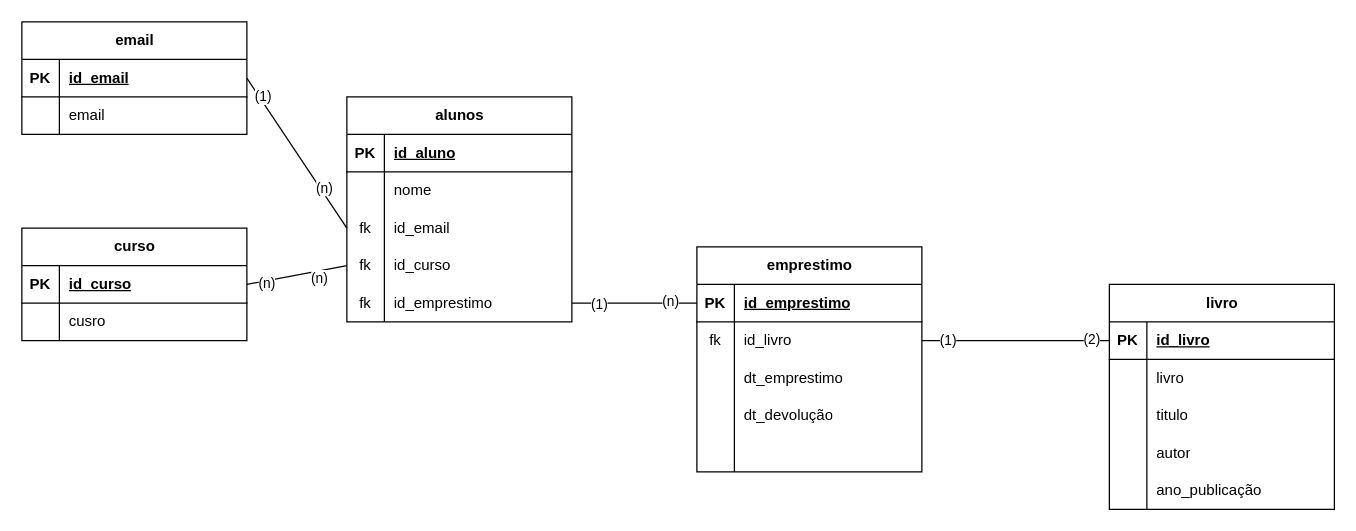
This is atividades/bcd/2-atividade/atividade2_biclioteca/atividade2_biblioteca.drawio from eyckjaardel99-del/repositorioSENAI, a draw.io file, before an edit. Source tidied: cells renumbered, new cells numbered last; positions are measured from the earlier drawing's top-left corner, leaving out a move shared by most shapes. Both pictures are drawn from the tidied source at 125%, with x=0, y=0 at pixel (21, 21).
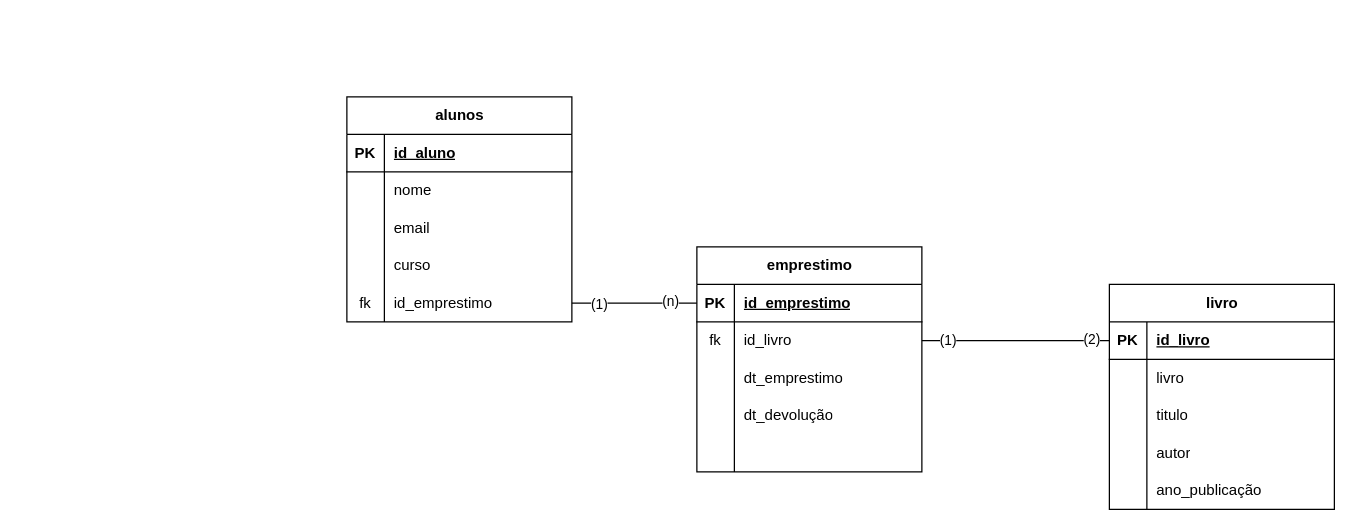
After the change.

Unchanged cells that the change refers to:
```xml
<mxCell id="9" style="shape=tableRow;horizontal=0;startSize=0;swimlaneHead=0;swimlaneBody=0;fillColor=none;points=[[0,0.5],[1,0.5]];portConstraint=eastwest;top=0;left=0;right=0;bottom=0;" parent="2" vertex="1">
  <mxGeometry y="90" width="180" height="30" as="geometry" />
</mxCell>
<mxCell id="12" style="shape=tableRow;horizontal=0;startSize=0;swimlaneHead=0;swimlaneBody=0;fillColor=none;points=[[0,0.5],[1,0.5]];portConstraint=eastwest;top=0;left=0;right=0;bottom=0;" parent="2" vertex="1">
  <mxGeometry y="120" width="180" height="30" as="geometry" />
</mxCell>
```

What changed in the source:
```diff
@@
-    <mxCell id="10" value="fk" style="shape=partialRectangle;fillColor=none;top=0;left=0;bottom=0;right=0;overflow=hidden;whiteSpace=wrap;html=1;" parent="9" vertex="1">
+    <mxCell id="10" style="shape=partialRectangle;fillColor=none;top=0;left=0;bottom=0;right=0;overflow=hidden;whiteSpace=wrap;html=1;" parent="9" vertex="1">
       <mxGeometry width="30" height="30" as="geometry" />
     </mxCell>
-    <mxCell id="11" value="id_email" style="shape=partialRectangle;fillColor=none;top=0;left=0;bottom=0;right=0;align=left;spacingLeft=6;overflow=hidden;whiteSpace=wrap;html=1;" parent="9" vertex="1">
+    <mxCell id="11" value="email" style="shape=partialRectangle;fillColor=none;top=0;left=0;bottom=0;right=0;align=left;spacingLeft=6;overflow=hidden;whiteSpace=wrap;html=1;" parent="9" vertex="1">
       <mxGeometry x="30" width="150" height="30" as="geometry" />
     </mxCell>
@@
-    <mxCell id="13" value="fk" style="shape=partialRectangle;fillColor=none;top=0;left=0;bottom=0;right=0;overflow=hidden;whiteSpace=wrap;html=1;" parent="12" vertex="1">
+    <mxCell id="13" style="shape=partialRectangle;fillColor=none;top=0;left=0;bottom=0;right=0;overflow=hidden;whiteSpace=wrap;html=1;" parent="12" vertex="1">
       <mxGeometry width="30" height="30" as="geometry" />
     </mxCell>
-    <mxCell id="14" value="id_curso" style="shape=partialRectangle;fillColor=none;top=0;left=0;bottom=0;right=0;align=left;spacingLeft=6;overflow=hidden;whiteSpace=wrap;html=1;" parent="12" vertex="1">
+    <mxCell id="14" value="curso" style="shape=partialRectangle;fillColor=none;top=0;left=0;bottom=0;right=0;align=left;spacingLeft=6;overflow=hidden;whiteSpace=wrap;html=1;" parent="12" vertex="1">
       <mxGeometry x="30" width="150" height="30" as="geometry" />
     </mxCell>
@@
-    <mxCell id="50" value="email" style="shape=table;startSize=30;childLayout=tableLayout;rowLines=0;fontStyle=1;align=center;html=1;" parent="1" vertex="1">
-      <mxGeometry width="180" height="90" as="geometry" />
-    </mxCell>
-    <mxCell id="51" style="shape=tableRow;horizontal=0;startSize=0;swimlaneHead=0;swimlaneBody=0;fillColor=none;points=[[0,0.5],[1,0.5]];portConstraint=eastwest;top=0;left=0;right=0;bottom=1;" parent="50" vertex="1">
-      <mxGeometry y="30" width="180" height="30" as="geometry" />
-    </mxCell>
-    <mxCell id="52" value="PK" style="shape=partialRectangle;fillColor=none;top=0;left=0;bottom=0;right=0;fontStyle=1;overflow=hidden;whiteSpace=wrap;html=1;" parent="51" vertex="1">
-      <mxGeometry width="30" height="30" as="geometry" />
-    </mxCell>
-    <mxCell id="53" value="id_email" style="shape=partialRectangle;fillColor=none;top=0;left=0;bottom=0;right=0;align=left;spacingLeft=6;fontStyle=5;overflow=hidden;whiteSpace=wrap;html=1;" parent="51" vertex="1">
-      <mxGeometry x="30" width="150" height="30" as="geometry" />
-    </mxCell>
-    <mxCell id="54" style="shape=tableRow;horizontal=0;startSize=0;swimlaneHead=0;swimlaneBody=0;fillColor=none;top=0;left=0;right=0;bottom=0;" parent="50" vertex="1">
-      <mxGeometry y="60" width="180" height="30" as="geometry" />
-    </mxCell>
-    <mxCell id="55" style="shape=partialRectangle;fillColor=none;top=0;left=0;bottom=0;right=0;overflow=hidden;whiteSpace=wrap;html=1;" parent="54" vertex="1">
-      <mxGeometry width="30" height="30" as="geometry" />
-    </mxCell>
-    <mxCell id="56" value="email" style="shape=partialRectangle;fillColor=none;top=0;left=0;bottom=0;right=0;align=left;spacingLeft=6;overflow=hidden;whiteSpace=wrap;html=1;" parent="54" vertex="1">
-      <mxGeometry x="30" width="150" height="30" as="geometry" />
-    </mxCell>
-    <mxCell id="57" value="curso" style="shape=table;startSize=30;childLayout=tableLayout;rowLines=0;fontStyle=1;align=center;html=1;" parent="1" vertex="1">
-      <mxGeometry y="165" width="180" height="90" as="geometry" />
-    </mxCell>
-    <mxCell id="58" style="shape=tableRow;horizontal=0;startSize=0;swimlaneHead=0;swimlaneBody=0;fillColor=none;points=[[0,0.5],[1,0.5]];portConstraint=eastwest;top=0;left=0;right=0;bottom=1;" parent="57" vertex="1">
-      <mxGeometry y="30" width="180" height="30" as="geometry" />
-    </mxCell>
-    <mxCell id="59" value="PK" style="shape=partialRectangle;fillColor=none;top=0;left=0;bottom=0;right=0;fontStyle=1;overflow=hidden;whiteSpace=wrap;html=1;" parent="58" vertex="1">
-      <mxGeometry width="30" height="30" as="geometry" />
-    </mxCell>
-    <mxCell id="60" value="id_curso" style="shape=partialRectangle;fillColor=none;top=0;left=0;bottom=0;right=0;align=left;spacingLeft=6;fontStyle=5;overflow=hidden;whiteSpace=wrap;html=1;" parent="58" vertex="1">
-      <mxGeometry x="30" width="150" height="30" as="geometry" />
-    </mxCell>
-    <mxCell id="61" style="shape=tableRow;horizontal=0;startSize=0;swimlaneHead=0;swimlaneBody=0;fillColor=none;top=0;left=0;right=0;bottom=0;" parent="57" vertex="1">
-      <mxGeometry y="60" width="180" height="30" as="geometry" />
-    </mxCell>
-    <mxCell id="62" style="shape=partialRectangle;fillColor=none;top=0;left=0;bottom=0;right=0;overflow=hidden;whiteSpace=wrap;html=1;" parent="61" vertex="1">
-      <mxGeometry width="30" height="30" as="geometry" />
-    </mxCell>
-    <mxCell id="63" value="cusro" style="shape=partialRectangle;fillColor=none;top=0;left=0;bottom=0;right=0;align=left;spacingLeft=6;overflow=hidden;whiteSpace=wrap;html=1;" parent="61" vertex="1">
-      <mxGeometry x="30" width="150" height="30" as="geometry" />
-    </mxCell>
-    <mxCell id="64" style="rounded=0;jettySize=auto;html=1;exitX=1;exitY=0.5;exitDx=0;exitDy=0;entryX=0;entryY=0.5;entryDx=0;entryDy=0;endArrow=none;endFill=0;" parent="1" edge="1" source="51" target="9">
-      <mxGeometry relative="1" as="geometry" />
-    </mxCell>
-    <mxCell id="65" value="(1)" style="edgeLabel;html=1;align=center;verticalAlign=middle;" parent="64" vertex="1">
-      <mxGeometry x="-0.73" y="2" relative="1" as="geometry" />
-    </mxCell>
-    <mxCell id="66" value="(n)" style="edgeLabel;html=1;align=center;verticalAlign=middle;" parent="64" vertex="1">
-      <mxGeometry x="0.49" y="2" relative="1" as="geometry" />
-    </mxCell>
-    <mxCell id="67" style="rounded=0;jettySize=auto;html=1;exitX=1;exitY=0.5;exitDx=0;exitDy=0;entryX=0;entryY=0.5;entryDx=0;entryDy=0;endArrow=none;endFill=0;" parent="1" edge="1" source="58" target="12">
-      <mxGeometry relative="1" as="geometry" />
-    </mxCell>
-    <mxCell id="68" value="(n)" style="edgeLabel;html=1;align=center;verticalAlign=middle;" parent="67" vertex="1">
-      <mxGeometry x="0.43" y="-5" relative="1" as="geometry" />
-    </mxCell>
-    <mxCell id="69" value="(n)" style="edgeLabel;html=1;align=center;verticalAlign=middle;" parent="67" vertex="1">
-      <mxGeometry x="-0.6" y="-1" relative="1" as="geometry" />
-    </mxCell>
```
